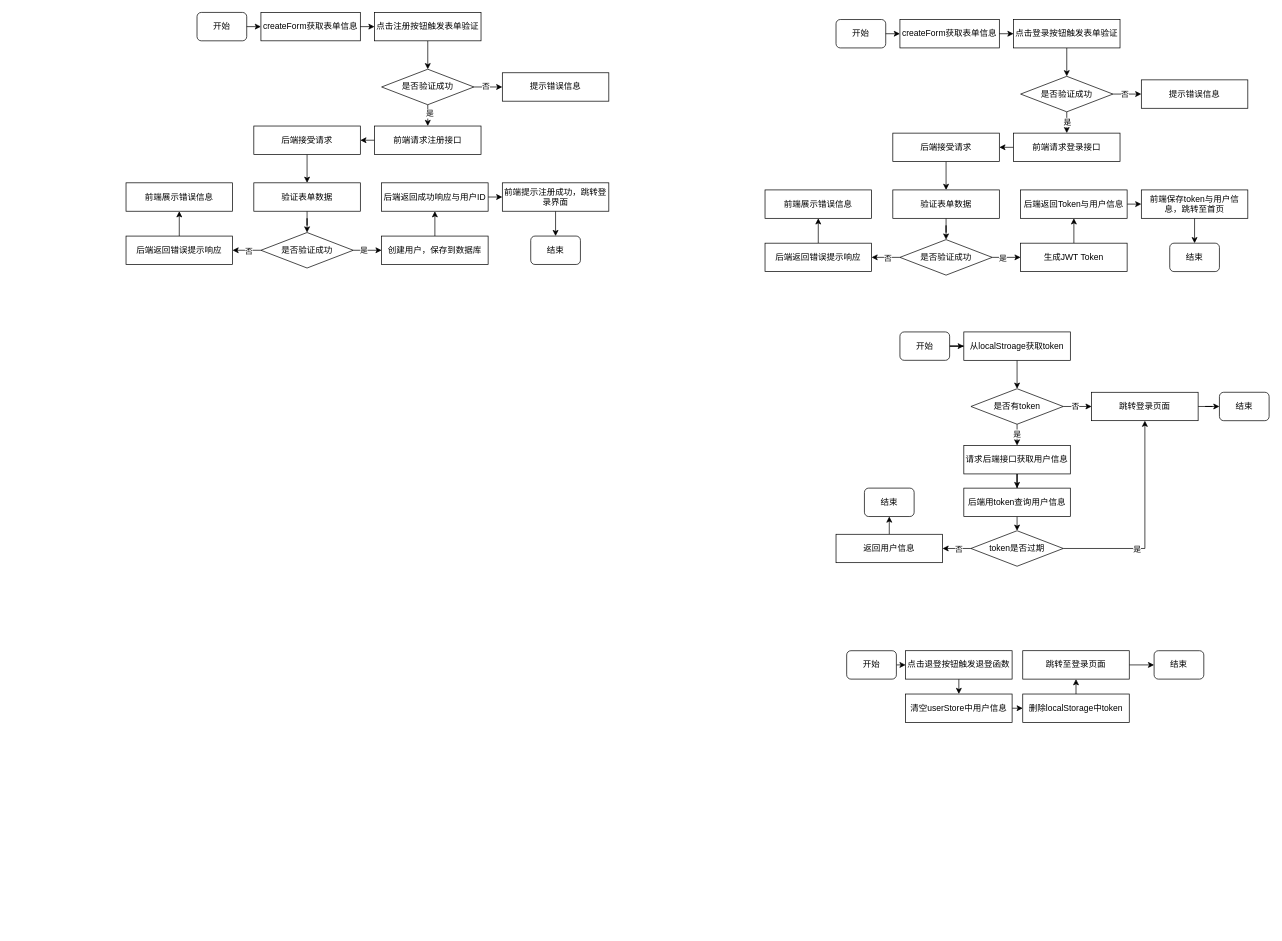
Above: page "第 4 页" (4 of 5) of 项目.drawio in AyuShiQi/GIS (draw.io), before the change. Source tidied: cells renumbered, new cells numbered last; positions are measured from the earlier drawing's top-left corner, leaving out a move shared by most shapes. Both pictures are drawn from the tidied source at 71%, with x=0, y=0 at pixel (126, 12).
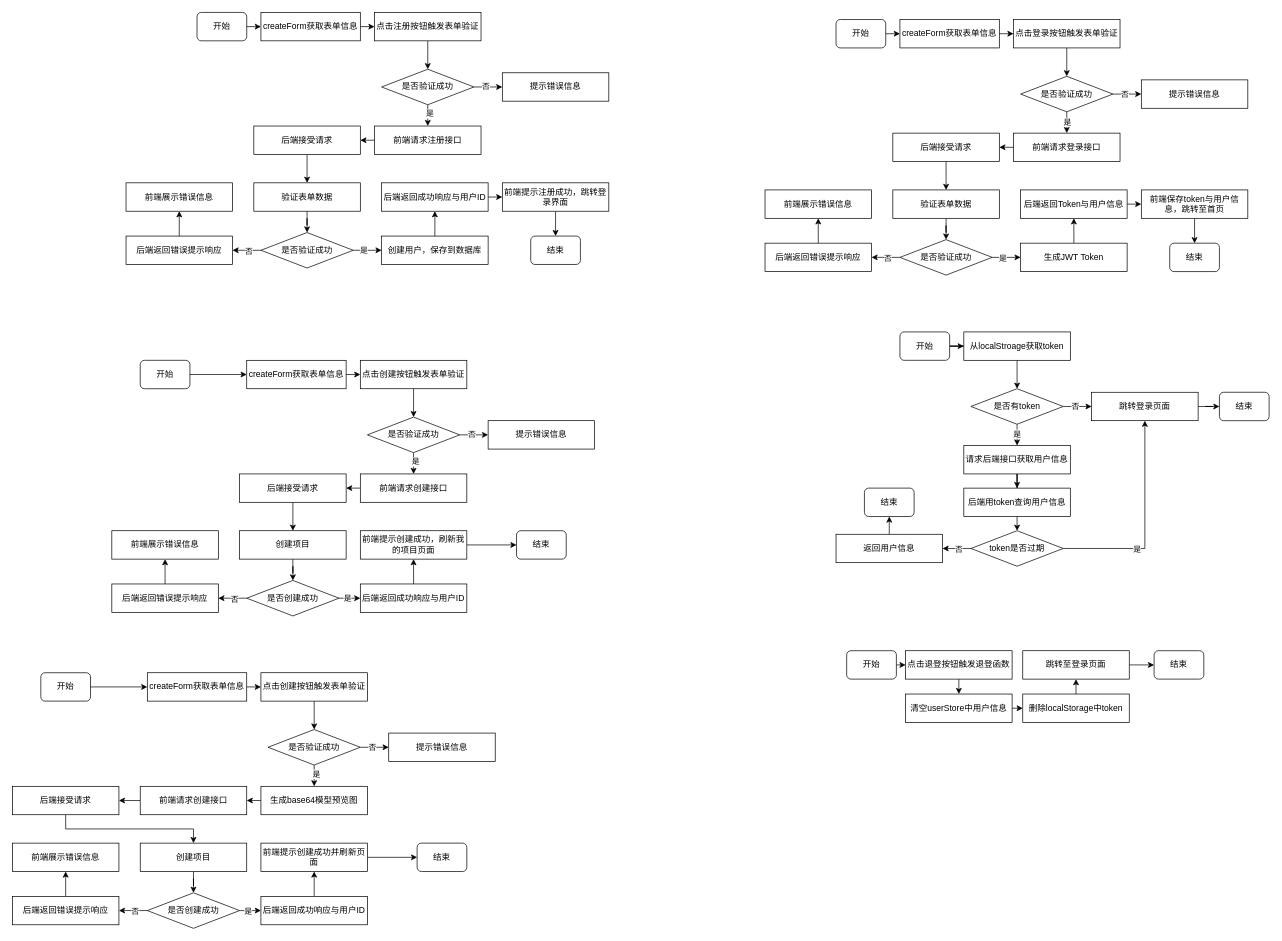
After the change.

What changed in the source:
```diff
@@
+    <mxCell id="103" value="开始" style="rounded=1;whiteSpace=wrap;html=1;" parent="1" vertex="1">
+      <mxGeometry x="20" y="490" width="70" height="40" as="geometry" />
+    </mxCell>
+    <mxCell id="104" value="createForm获取表单信息" style="rounded=0;whiteSpace=wrap;html=1;" parent="1" vertex="1">
+      <mxGeometry x="170" y="490" width="140" height="40" as="geometry" />
+    </mxCell>
+    <mxCell id="105" style="endArrow=classic;html=1;rounded=0;exitX=1;exitY=0.5;exitDx=0;exitDy=0;entryX=0;entryY=0.5;entryDx=0;entryDy=0;" parent="1" edge="1" source="103" target="104">
+      <mxGeometry relative="1" as="geometry" />
+    </mxCell>
+    <mxCell id="106" style="edgeStyle=orthogonalEdgeStyle;rounded=0;jettySize=auto;html=1;exitX=0.5;exitY=1;exitDx=0;exitDy=0;entryX=0.5;entryY=0;entryDx=0;entryDy=0;" parent="1" edge="1" source="107" target="113">
+      <mxGeometry relative="1" as="geometry" />
+    </mxCell>
+    <mxCell id="107" value="点击创建按钮触发表单验证" style="rounded=0;whiteSpace=wrap;html=1;" parent="1" vertex="1">
+      <mxGeometry x="330" y="490" width="150" height="40" as="geometry" />
+    </mxCell>
+    <mxCell id="108" style="endArrow=classic;html=1;rounded=0;exitX=1;exitY=0.5;exitDx=0;exitDy=0;entryX=0;entryY=0.5;entryDx=0;entryDy=0;" parent="1" edge="1" target="107">
+      <mxGeometry relative="1" as="geometry">
+        <mxPoint x="310" y="510" as="sourcePoint" />
+      </mxGeometry>
+    </mxCell>
+    <mxCell id="109" style="edgeStyle=orthogonalEdgeStyle;rounded=0;jettySize=auto;html=1;exitX=1;exitY=0.5;exitDx=0;exitDy=0;" parent="1" edge="1" source="113" target="114">
+      <mxGeometry relative="1" as="geometry" />
+    </mxCell>
+    <mxCell id="110" value="否" style="edgeLabel;html=1;align=center;verticalAlign=middle;" parent="109" vertex="1">
+      <mxGeometry x="-0.18" y="1" relative="1" as="geometry" />
+    </mxCell>
+    <mxCell id="111" style="edgeStyle=orthogonalEdgeStyle;rounded=0;jettySize=auto;html=1;exitX=0.5;exitY=1;exitDx=0;exitDy=0;entryX=0.5;entryY=0;entryDx=0;entryDy=0;" parent="1" edge="1" source="113" target="116">
+      <mxGeometry relative="1" as="geometry" />
+    </mxCell>
+    <mxCell id="112" value="是" style="edgeLabel;html=1;align=center;verticalAlign=middle;" parent="111" vertex="1">
+      <mxGeometry x="-0.19" y="2" relative="1" as="geometry" />
+    </mxCell>
+    <mxCell id="113" value="是否验证成功" style="rhombus;whiteSpace=wrap;html=1;" parent="1" vertex="1">
+      <mxGeometry x="340" y="570" width="130" height="50" as="geometry" />
+    </mxCell>
+    <mxCell id="114" value="提示错误信息" style="rounded=0;whiteSpace=wrap;html=1;" parent="1" vertex="1">
+      <mxGeometry x="510" y="575" width="150" height="40" as="geometry" />
+    </mxCell>
+    <mxCell id="115" style="edgeStyle=orthogonalEdgeStyle;rounded=0;jettySize=auto;html=1;exitX=0;exitY=0.5;exitDx=0;exitDy=0;entryX=1;entryY=0.5;entryDx=0;entryDy=0;" parent="1" edge="1" source="116" target="118">
+      <mxGeometry relative="1" as="geometry" />
+    </mxCell>
+    <mxCell id="116" value="前端请求创建接口" style="rounded=0;whiteSpace=wrap;html=1;" parent="1" vertex="1">
+      <mxGeometry x="330" y="650" width="150" height="40" as="geometry" />
+    </mxCell>
+    <mxCell id="117" style="edgeStyle=orthogonalEdgeStyle;rounded=0;jettySize=auto;html=1;exitX=0.5;exitY=1;exitDx=0;exitDy=0;entryX=0.5;entryY=0;entryDx=0;entryDy=0;" parent="1" edge="1" source="118" target="120">
+      <mxGeometry relative="1" as="geometry" />
+    </mxCell>
+    <mxCell id="118" value="后端接受请求" style="rounded=0;whiteSpace=wrap;html=1;" parent="1" vertex="1">
+      <mxGeometry x="160" y="650" width="150" height="40" as="geometry" />
+    </mxCell>
+    <mxCell id="119" style="edgeStyle=orthogonalEdgeStyle;rounded=0;jettySize=auto;html=1;entryX=0.5;entryY=0;entryDx=0;entryDy=0;" parent="1" edge="1" source="120" target="125">
+      <mxGeometry relative="1" as="geometry" />
+    </mxCell>
+    <mxCell id="120" value="创建项目" style="rounded=0;whiteSpace=wrap;html=1;" parent="1" vertex="1">
+      <mxGeometry x="160" y="730" width="150" height="40" as="geometry" />
+    </mxCell>
+    <mxCell id="121" style="edgeStyle=orthogonalEdgeStyle;rounded=0;jettySize=auto;html=1;exitX=1;exitY=0.5;exitDx=0;exitDy=0;entryX=0;entryY=0.5;entryDx=0;entryDy=0;" parent="1" edge="1" source="125" target="130">
+      <mxGeometry relative="1" as="geometry" />
+    </mxCell>
+    <mxCell id="122" value="是" style="edgeLabel;html=1;align=center;verticalAlign=middle;" parent="121" vertex="1">
+      <mxGeometry x="-0.3" relative="1" as="geometry" />
+    </mxCell>
+    <mxCell id="123" style="edgeStyle=orthogonalEdgeStyle;rounded=0;jettySize=auto;html=1;exitX=0;exitY=0.5;exitDx=0;exitDy=0;entryX=1;entryY=0.5;entryDx=0;entryDy=0;" parent="1" edge="1" source="125" target="127">
+      <mxGeometry relative="1" as="geometry" />
+    </mxCell>
+    <mxCell id="124" value="否" style="edgeLabel;html=1;align=center;verticalAlign=middle;" parent="123" vertex="1">
+      <mxGeometry x="-0.11" y="1" relative="1" as="geometry" />
+    </mxCell>
+    <mxCell id="125" value="是否创建成功" style="rhombus;whiteSpace=wrap;html=1;" parent="1" vertex="1">
+      <mxGeometry x="170" y="800" width="130" height="50" as="geometry" />
+    </mxCell>
+    <mxCell id="126" style="edgeStyle=orthogonalEdgeStyle;rounded=0;jettySize=auto;html=1;exitX=0.5;exitY=0;exitDx=0;exitDy=0;entryX=0.5;entryY=1;entryDx=0;entryDy=0;" parent="1" edge="1" source="127" target="128">
+      <mxGeometry relative="1" as="geometry" />
+    </mxCell>
+    <mxCell id="127" value="后端返回错误提示响应" style="rounded=0;whiteSpace=wrap;html=1;" parent="1" vertex="1">
+      <mxGeometry x="-20" y="805" width="150" height="40" as="geometry" />
+    </mxCell>
+    <mxCell id="128" value="前端展示错误信息" style="rounded=0;whiteSpace=wrap;html=1;" parent="1" vertex="1">
+      <mxGeometry x="-20" y="730" width="150" height="40" as="geometry" />
+    </mxCell>
+    <mxCell id="129" style="edgeStyle=orthogonalEdgeStyle;rounded=0;jettySize=auto;html=1;exitX=0.5;exitY=0;exitDx=0;exitDy=0;entryX=0.5;entryY=1;entryDx=0;entryDy=0;" parent="1" edge="1" source="130" target="132">
+      <mxGeometry relative="1" as="geometry" />
+    </mxCell>
+    <mxCell id="130" value="后端返回成功响应与用户ID" style="rounded=0;whiteSpace=wrap;html=1;" parent="1" vertex="1">
+      <mxGeometry x="330" y="805" width="150" height="40" as="geometry" />
+    </mxCell>
+    <mxCell id="131" style="edgeStyle=orthogonalEdgeStyle;rounded=0;jettySize=auto;html=1;exitX=1;exitY=0.5;exitDx=0;exitDy=0;entryX=0;entryY=0.5;entryDx=0;entryDy=0;" parent="1" edge="1" source="132" target="133">
+      <mxGeometry relative="1" as="geometry" />
+    </mxCell>
+    <mxCell id="132" value="前端提示创建成功，刷新我的项目页面" style="rounded=0;whiteSpace=wrap;html=1;" parent="1" vertex="1">
+      <mxGeometry x="330" y="730" width="150" height="40" as="geometry" />
+    </mxCell>
+    <mxCell id="133" value="结束" style="rounded=1;whiteSpace=wrap;html=1;" parent="1" vertex="1">
+      <mxGeometry x="550" y="730" width="70" height="40" as="geometry" />
+    </mxCell>
+    <mxCell id="134" value="开始" style="rounded=1;whiteSpace=wrap;html=1;" parent="1" vertex="1">
+      <mxGeometry x="-120" y="930" width="70" height="40" as="geometry" />
+    </mxCell>
+    <mxCell id="135" value="createForm获取表单信息" style="rounded=0;whiteSpace=wrap;html=1;" parent="1" vertex="1">
+      <mxGeometry x="30" y="930" width="140" height="40" as="geometry" />
+    </mxCell>
+    <mxCell id="136" style="endArrow=classic;html=1;rounded=0;exitX=1;exitY=0.5;exitDx=0;exitDy=0;entryX=0;entryY=0.5;entryDx=0;entryDy=0;" parent="1" edge="1" source="134" target="135">
+      <mxGeometry relative="1" as="geometry" />
+    </mxCell>
+    <mxCell id="137" style="edgeStyle=orthogonalEdgeStyle;rounded=0;jettySize=auto;html=1;exitX=0.5;exitY=1;exitDx=0;exitDy=0;entryX=0.5;entryY=0;entryDx=0;entryDy=0;" parent="1" edge="1" source="138" target="144">
+      <mxGeometry relative="1" as="geometry" />
+    </mxCell>
+    <mxCell id="138" value="点击创建按钮触发表单验证" style="rounded=0;whiteSpace=wrap;html=1;" parent="1" vertex="1">
+      <mxGeometry x="190" y="930" width="150" height="40" as="geometry" />
+    </mxCell>
+    <mxCell id="139" style="endArrow=classic;html=1;rounded=0;exitX=1;exitY=0.5;exitDx=0;exitDy=0;entryX=0;entryY=0.5;entryDx=0;entryDy=0;" parent="1" edge="1" target="138">
+      <mxGeometry relative="1" as="geometry">
+        <mxPoint x="170" y="950" as="sourcePoint" />
+      </mxGeometry>
+    </mxCell>
+    <mxCell id="140" style="edgeStyle=orthogonalEdgeStyle;rounded=0;jettySize=auto;html=1;exitX=1;exitY=0.5;exitDx=0;exitDy=0;" parent="1" edge="1" source="144" target="145">
+      <mxGeometry relative="1" as="geometry" />
+    </mxCell>
+    <mxCell id="141" value="否" style="edgeLabel;html=1;align=center;verticalAlign=middle;" parent="140" vertex="1">
+      <mxGeometry x="-0.18" y="1" relative="1" as="geometry" />
+    </mxCell>
+    <mxCell id="142" style="edgeStyle=orthogonalEdgeStyle;rounded=0;jettySize=auto;html=1;exitX=0.5;exitY=1;exitDx=0;exitDy=0;entryX=0.5;entryY=0;entryDx=0;entryDy=0;" parent="1" edge="1" source="144" target="147">
+      <mxGeometry relative="1" as="geometry" />
+    </mxCell>
+    <mxCell id="143" value="是" style="edgeLabel;html=1;align=center;verticalAlign=middle;" parent="142" vertex="1">
+      <mxGeometry x="-0.19" y="2" relative="1" as="geometry" />
+    </mxCell>
+    <mxCell id="144" value="是否验证成功" style="rhombus;whiteSpace=wrap;html=1;" parent="1" vertex="1">
+      <mxGeometry x="200" y="1010" width="130" height="50" as="geometry" />
+    </mxCell>
+    <mxCell id="145" value="提示错误信息" style="rounded=0;whiteSpace=wrap;html=1;" parent="1" vertex="1">
+      <mxGeometry x="370" y="1015" width="150" height="40" as="geometry" />
+    </mxCell>
+    <mxCell id="146" style="edgeStyle=orthogonalEdgeStyle;rounded=0;jettySize=auto;html=1;exitX=0;exitY=0.5;exitDx=0;exitDy=0;entryX=1;entryY=0.5;entryDx=0;entryDy=0;" parent="1" edge="1" source="147" target="166">
+      <mxGeometry relative="1" as="geometry" />
+    </mxCell>
+    <mxCell id="147" value="生成base64模型预览图" style="rounded=0;whiteSpace=wrap;html=1;" parent="1" vertex="1">
+      <mxGeometry x="190" y="1090" width="150" height="40" as="geometry" />
+    </mxCell>
+    <mxCell id="148" style="edgeStyle=orthogonalEdgeStyle;rounded=0;jettySize=auto;html=1;exitX=0.5;exitY=1;exitDx=0;exitDy=0;entryX=0.5;entryY=0;entryDx=0;entryDy=0;" parent="1" edge="1" source="149" target="151">
+      <mxGeometry relative="1" as="geometry" />
+    </mxCell>
+    <mxCell id="149" value="后端接受请求" style="rounded=0;whiteSpace=wrap;html=1;" parent="1" vertex="1">
+      <mxGeometry x="-160" y="1090" width="150" height="40" as="geometry" />
+    </mxCell>
+    <mxCell id="150" style="edgeStyle=orthogonalEdgeStyle;rounded=0;jettySize=auto;html=1;entryX=0.5;entryY=0;entryDx=0;entryDy=0;" parent="1" edge="1" source="151" target="156">
+      <mxGeometry relative="1" as="geometry" />
+    </mxCell>
+    <mxCell id="151" value="创建项目" style="rounded=0;whiteSpace=wrap;html=1;" parent="1" vertex="1">
+      <mxGeometry x="20" y="1170" width="150" height="40" as="geometry" />
+    </mxCell>
+    <mxCell id="152" style="edgeStyle=orthogonalEdgeStyle;rounded=0;jettySize=auto;html=1;exitX=1;exitY=0.5;exitDx=0;exitDy=0;entryX=0;entryY=0.5;entryDx=0;entryDy=0;" parent="1" edge="1" source="156" target="161">
+      <mxGeometry relative="1" as="geometry" />
+    </mxCell>
+    <mxCell id="153" value="是" style="edgeLabel;html=1;align=center;verticalAlign=middle;" parent="152" vertex="1">
+      <mxGeometry x="-0.3" relative="1" as="geometry" />
+    </mxCell>
+    <mxCell id="154" style="edgeStyle=orthogonalEdgeStyle;rounded=0;jettySize=auto;html=1;exitX=0;exitY=0.5;exitDx=0;exitDy=0;entryX=1;entryY=0.5;entryDx=0;entryDy=0;" parent="1" edge="1" source="156" target="158">
+      <mxGeometry relative="1" as="geometry" />
+    </mxCell>
+    <mxCell id="155" value="否" style="edgeLabel;html=1;align=center;verticalAlign=middle;" parent="154" vertex="1">
+      <mxGeometry x="-0.11" y="1" relative="1" as="geometry" />
+    </mxCell>
+    <mxCell id="156" value="是否创建成功" style="rhombus;whiteSpace=wrap;html=1;" parent="1" vertex="1">
+      <mxGeometry x="30" y="1240" width="130" height="50" as="geometry" />
+    </mxCell>
+    <mxCell id="157" style="edgeStyle=orthogonalEdgeStyle;rounded=0;jettySize=auto;html=1;exitX=0.5;exitY=0;exitDx=0;exitDy=0;entryX=0.5;entryY=1;entryDx=0;entryDy=0;" parent="1" edge="1" source="158" target="159">
+      <mxGeometry relative="1" as="geometry" />
+    </mxCell>
+    <mxCell id="158" value="后端返回错误提示响应" style="rounded=0;whiteSpace=wrap;html=1;" parent="1" vertex="1">
+      <mxGeometry x="-160" y="1245" width="150" height="40" as="geometry" />
+    </mxCell>
+    <mxCell id="159" value="前端展示错误信息" style="rounded=0;whiteSpace=wrap;html=1;" parent="1" vertex="1">
+      <mxGeometry x="-160" y="1170" width="150" height="40" as="geometry" />
+    </mxCell>
+    <mxCell id="160" style="edgeStyle=orthogonalEdgeStyle;rounded=0;jettySize=auto;html=1;exitX=0.5;exitY=0;exitDx=0;exitDy=0;entryX=0.5;entryY=1;entryDx=0;entryDy=0;" parent="1" edge="1" source="161" target="163">
+      <mxGeometry relative="1" as="geometry" />
+    </mxCell>
+    <mxCell id="161" value="后端返回成功响应与用户ID" style="rounded=0;whiteSpace=wrap;html=1;" parent="1" vertex="1">
+      <mxGeometry x="190" y="1245" width="150" height="40" as="geometry" />
+    </mxCell>
+    <mxCell id="162" style="edgeStyle=orthogonalEdgeStyle;rounded=0;jettySize=auto;html=1;exitX=1;exitY=0.5;exitDx=0;exitDy=0;entryX=0;entryY=0.5;entryDx=0;entryDy=0;" parent="1" edge="1" source="163" target="164">
+      <mxGeometry relative="1" as="geometry" />
+    </mxCell>
+    <mxCell id="163" value="前端提示创建成功并刷新页面" style="rounded=0;whiteSpace=wrap;html=1;" parent="1" vertex="1">
+      <mxGeometry x="190" y="1170" width="150" height="40" as="geometry" />
+    </mxCell>
+    <mxCell id="164" value="结束" style="rounded=1;whiteSpace=wrap;html=1;" parent="1" vertex="1">
+      <mxGeometry x="410" y="1170" width="70" height="40" as="geometry" />
+    </mxCell>
+    <mxCell id="165" style="edgeStyle=orthogonalEdgeStyle;rounded=0;jettySize=auto;html=1;exitX=0;exitY=0.5;exitDx=0;exitDy=0;entryX=1;entryY=0.5;entryDx=0;entryDy=0;" parent="1" edge="1" source="166" target="149">
+      <mxGeometry relative="1" as="geometry" />
+    </mxCell>
+    <mxCell id="166" value="前端请求创建接口" style="rounded=0;whiteSpace=wrap;html=1;" parent="1" vertex="1">
+      <mxGeometry x="20" y="1090" width="150" height="40" as="geometry" />
+    </mxCell>
```
